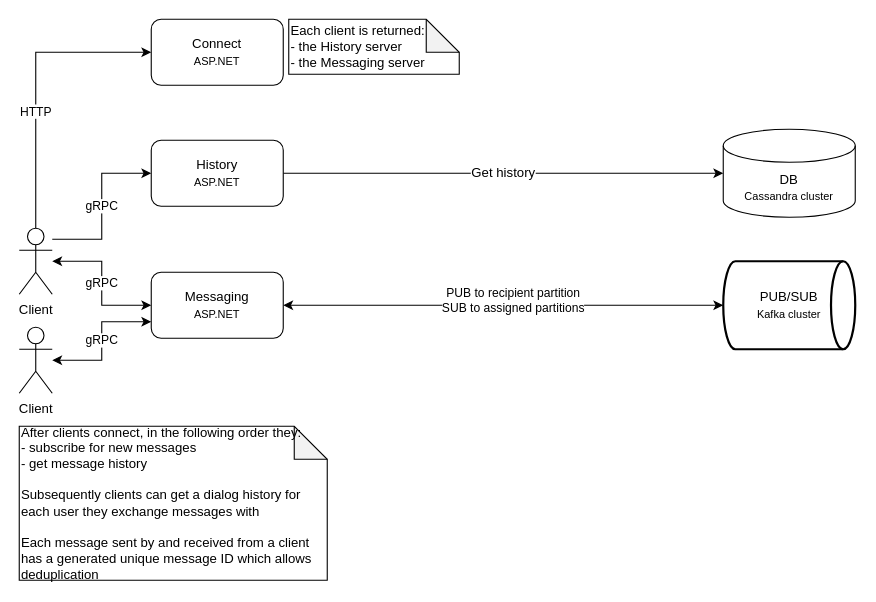
Before: docs/cecochat-04-clients.drawio in cvetomir-todorov/CecoChat, a draw.io diagram. Source tidied: cells renumbered, new cells numbered last; positions are measured from the earlier drawing's top-left corner, leaving out a move shared by most shapes. Both pictures are drawn from the tidied source at 110%, with x=0, y=0 at pixel (19, 19).
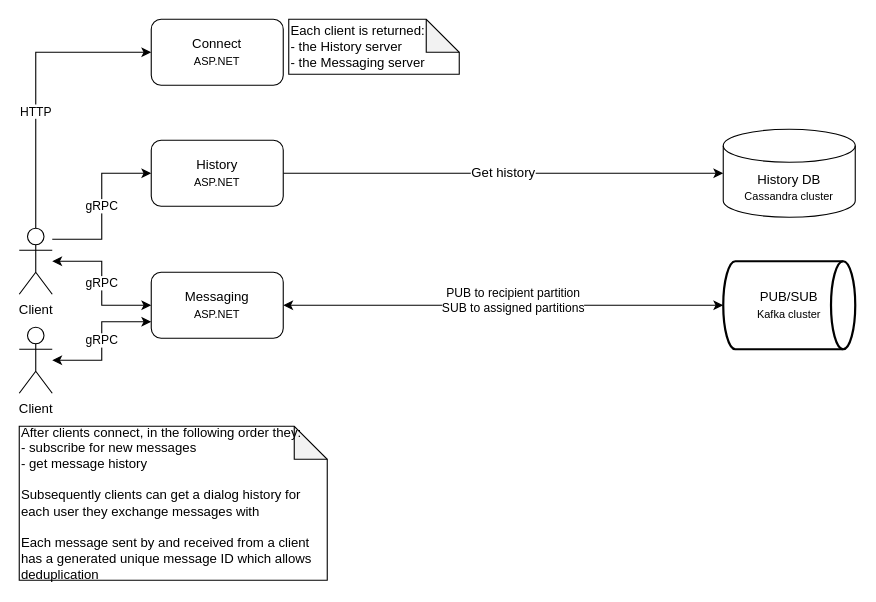
After the change.

Change to the diagram source:
```diff
@@
-    <mxCell id="11" value="DB&lt;br&gt;&lt;font style=&quot;font-size: 10px&quot;&gt;Cassandra cluster&lt;/font&gt;" style="shape=cylinder3;whiteSpace=wrap;html=1;boundedLbl=1;backgroundOutline=1;size=15;" parent="1" vertex="1">
+    <mxCell id="11" value="History DB&lt;br&gt;&lt;font style=&quot;font-size: 10px&quot;&gt;Cassandra cluster&lt;/font&gt;" style="shape=cylinder3;whiteSpace=wrap;html=1;boundedLbl=1;backgroundOutline=1;size=15;" parent="1" vertex="1">
       <mxGeometry x="640" y="100" width="120" height="80" as="geometry" />
     </mxCell>
```
